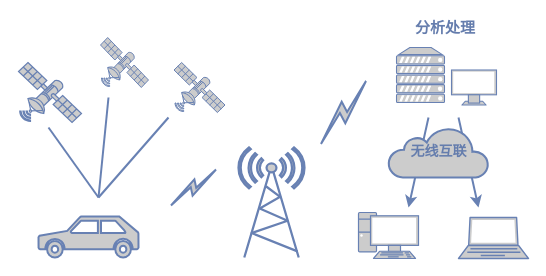
monsterinhell/mih keeps this draw.io diagram as andsoon.drawio. Above is the earlier version. Source tidied: cells renumbered, new cells numbered last; positions are measured from the earlier drawing's top-left corner, leaving out a move shared by most shapes. Both pictures are drawn from the tidied source at 100%, with x=0, y=0 at pixel (18, 17).
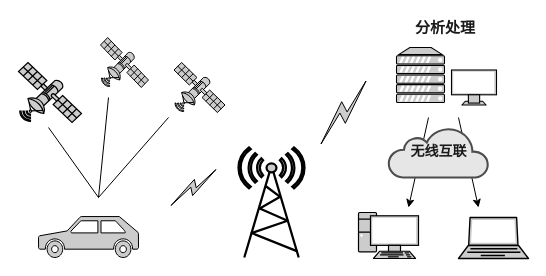
After the change.

The edit, as a diff of the source:
```diff
@@
-    <mxCell id="2" style="shape=mxgraph.signs.transportation.car_3;html=1;fillColor=#CCCCCC;strokeColor=#6881B3;verticalLabelPosition=bottom;verticalAlign=top;align=center;fontColor=#999999;strokeWidth=2;" parent="1" vertex="1">
+    <mxCell id="2" style="shape=mxgraph.signs.transportation.car_3;html=1;fillColor=#CCCCCC;strokeColor=#000000;verticalLabelPosition=bottom;verticalAlign=top;align=center;fontColor=#999999;strokeWidth=1;" parent="1" vertex="1">
       <mxGeometry x="20" y="199" width="100" height="41" as="geometry" />
     </mxCell>
-    <mxCell id="3" style="fontColor=#0066CC;verticalAlign=top;verticalLabelPosition=bottom;labelPosition=center;align=center;html=1;fillColor=#CCCCCC;strokeColor=#6881B3;gradientColor=none;gradientDirection=north;strokeWidth=2;shape=mxgraph.networks.radio_tower;" parent="1" vertex="1">
+    <mxCell id="3" style="fontColor=#0066CC;verticalAlign=top;verticalLabelPosition=bottom;labelPosition=center;align=center;html=1;fillColor=#CCCCCC;strokeColor=#000000;gradientColor=none;gradientDirection=north;strokeWidth=1;shape=mxgraph.networks.radio_tower;" parent="1" vertex="1">
       <mxGeometry x="220" y="130" width="66" height="110" as="geometry" />
     </mxCell>
-    <mxCell id="4" style="html=1;outlineConnect=0;fillColor=#CCCCCC;strokeColor=#6881B3;gradientColor=none;gradientDirection=north;strokeWidth=2;shape=mxgraph.networks.comm_link_edge;html=1;fontColor=#999999;" parent="1" edge="1">
+    <mxCell id="4" style="html=1;outlineConnect=0;fillColor=#CCCCCC;strokeColor=#000000;gradientColor=none;gradientDirection=north;strokeWidth=1;shape=mxgraph.networks.comm_link_edge;html=1;fontColor=#999999;" parent="1" edge="1">
       <mxGeometry relative="1" as="geometry">
         <mxPoint x="150" y="190" as="sourcePoint" />
         <mxPoint x="200" y="150" as="targetPoint" />
       </mxGeometry>
     </mxCell>
-    <mxCell id="5" style="fontColor=#0066CC;verticalAlign=top;verticalLabelPosition=bottom;labelPosition=center;align=center;html=1;fillColor=#CCCCCC;strokeColor=#6881B3;gradientColor=none;gradientDirection=north;strokeWidth=2;shape=mxgraph.networks.satellite;" parent="1" vertex="1">
+    <mxCell id="5" style="fontColor=#0066CC;verticalAlign=top;verticalLabelPosition=bottom;labelPosition=center;align=center;html=1;fillColor=#CCCCCC;strokeColor=#000000;gradientColor=none;gradientDirection=north;strokeWidth=1;shape=mxgraph.networks.satellite;" parent="1" vertex="1">
       <mxGeometry y="45" width="63" height="60" as="geometry" />
     </mxCell>
-    <mxCell id="6" style="fontColor=#0066CC;verticalAlign=top;verticalLabelPosition=bottom;labelPosition=center;align=center;html=1;fillColor=#CCCCCC;strokeColor=#6881B3;gradientColor=none;gradientDirection=north;strokeWidth=2;shape=mxgraph.networks.satellite;" parent="1" vertex="1">
+    <mxCell id="6" style="fontColor=#0066CC;verticalAlign=top;verticalLabelPosition=bottom;labelPosition=center;align=center;html=1;fillColor=#CCCCCC;strokeColor=#000000;gradientColor=none;gradientDirection=north;strokeWidth=1;shape=mxgraph.networks.satellite;" parent="1" vertex="1">
       <mxGeometry x="155.5" y="45" width="51" height="50" as="geometry" />
     </mxCell>
-    <mxCell id="7" style="fontColor=#0066CC;verticalAlign=top;verticalLabelPosition=bottom;labelPosition=center;align=center;html=1;fillColor=#CCCCCC;strokeColor=#6881B3;gradientColor=none;gradientDirection=north;strokeWidth=2;shape=mxgraph.networks.pc;" parent="1" vertex="1">
+    <mxCell id="7" style="fontColor=#0066CC;verticalAlign=top;verticalLabelPosition=bottom;labelPosition=center;align=center;html=1;fillColor=#CCCCCC;strokeColor=#000000;gradientColor=none;gradientDirection=north;strokeWidth=1;shape=mxgraph.networks.pc;" parent="1" vertex="1">
       <mxGeometry x="340" y="195" width="60" height="46" as="geometry" />
     </mxCell>
-    <mxCell id="8" style="fontColor=#0066CC;verticalAlign=top;verticalLabelPosition=bottom;labelPosition=center;align=center;html=1;fillColor=#CCCCCC;strokeColor=#6881B3;gradientColor=none;gradientDirection=north;strokeWidth=2;shape=mxgraph.networks.laptop;" parent="1" vertex="1">
+    <mxCell id="8" style="fontColor=#0066CC;verticalAlign=top;verticalLabelPosition=bottom;labelPosition=center;align=center;html=1;fillColor=#CCCCCC;strokeColor=#000000;gradientColor=none;gradientDirection=north;strokeWidth=1;shape=mxgraph.networks.laptop;" parent="1" vertex="1">
       <mxGeometry x="440" y="200" width="70" height="41" as="geometry" />
     </mxCell>
-    <mxCell id="9" style="fontColor=#0066CC;verticalAlign=top;verticalLabelPosition=bottom;labelPosition=center;align=center;html=1;fillColor=#CCCCCC;strokeColor=#6881B3;gradientColor=none;gradientDirection=north;strokeWidth=2;shape=mxgraph.networks.monitor;" parent="1" vertex="1">
+    <mxCell id="9" style="fontColor=#0066CC;verticalAlign=top;verticalLabelPosition=bottom;labelPosition=center;align=center;html=1;fillColor=#CCCCCC;strokeColor=#000000;gradientColor=none;gradientDirection=north;strokeWidth=1;shape=mxgraph.networks.monitor;" parent="1" vertex="1">
       <mxGeometry x="433" y="52.5" width="45" height="35" as="geometry" />
     </mxCell>
-    <mxCell id="10" style="fontColor=#0066CC;verticalAlign=top;verticalLabelPosition=bottom;labelPosition=center;align=center;html=1;fillColor=#CCCCCC;strokeColor=#6881B3;gradientColor=none;gradientDirection=north;strokeWidth=2;shape=mxgraph.networks.server;" parent="1" vertex="1">
+    <mxCell id="10" style="fontColor=#0066CC;verticalAlign=top;verticalLabelPosition=bottom;labelPosition=center;align=center;html=1;fillColor=#CCCCCC;strokeColor=#000000;gradientColor=none;gradientDirection=north;strokeWidth=1;shape=mxgraph.networks.server;" parent="1" vertex="1">
       <mxGeometry x="378" y="30" width="48" height="55" as="geometry" />
     </mxCell>
-    <mxCell id="11" style="html=1;outlineConnect=0;fillColor=#CCCCCC;strokeColor=#6881B3;gradientColor=none;gradientDirection=north;strokeWidth=2;shape=mxgraph.networks.comm_link_edge;html=1;fontColor=#999999;" parent="1" edge="1">
+    <mxCell id="11" style="html=1;outlineConnect=0;fillColor=#CCCCCC;strokeColor=#000000;gradientColor=none;gradientDirection=north;strokeWidth=1;shape=mxgraph.networks.comm_link_edge;html=1;fontColor=#999999;" parent="1" edge="1">
       <mxGeometry relative="1" as="geometry">
         <mxPoint x="300" y="130" as="sourcePoint" />
         <mxPoint x="350" y="60" as="targetPoint" />
         <Array as="points">
           <mxPoint x="330" y="110" />
         </Array>
       </mxGeometry>
     </mxCell>
-    <mxCell id="12" style="endArrow=classic;html=1;fontColor=#999999;strokeColor=#6881B3;strokeWidth=2;" parent="1" edge="1">
+    <mxCell id="12" style="endArrow=classic;html=1;fontColor=#999999;strokeColor=#000000;strokeWidth=1;" parent="1" edge="1">
       <mxGeometry relative="1" as="geometry">
         <mxPoint x="410" y="100" as="sourcePoint" />
         <mxPoint x="390" y="190" as="targetPoint" />
       </mxGeometry>
     </mxCell>
-    <mxCell id="13" style="endArrow=classic;html=1;fontColor=#999999;strokeColor=#6881B3;strokeWidth=2;" parent="1" edge="1">
+    <mxCell id="13" style="endArrow=classic;html=1;fontColor=#999999;strokeColor=#000000;strokeWidth=1;" parent="1" edge="1">
       <mxGeometry relative="1" as="geometry">
         <mxPoint x="440" y="100" as="sourcePoint" />
         <mxPoint x="460" y="190" as="targetPoint" />
       </mxGeometry>
     </mxCell>
-    <mxCell id="14" value="&lt;div align=&quot;left&quot;&gt;&lt;font color=&quot;#657dad&quot; face=&quot;Comic Sans MS&quot; style=&quot;font-size: 14px&quot;&gt;&lt;b&gt;无线互联&lt;/b&gt;&lt;/font&gt;&lt;/div&gt;" style="html=1;fillColor=#CCCCCC;strokeColor=#6881B3;gradientColor=none;gradientDirection=north;strokeWidth=2;shape=mxgraph.networks.cloud;fontColor=#ffffff;" parent="1" vertex="1">
+    <mxCell id="14" value="&lt;div align=&quot;left&quot;&gt;&lt;font color=&quot;#1a1a1a&quot; face=&quot;Comic Sans MS&quot; style=&quot;font-size: 14px&quot;&gt;&lt;b&gt;无线互联&lt;/b&gt;&lt;/font&gt;&lt;/div&gt;" style="html=1;fillColor=#E6E6E6;strokeColor=#4D4D4D;gradientColor=none;gradientDirection=north;strokeWidth=1;shape=mxgraph.networks.cloud;fontColor=#ffffff;" parent="1" vertex="1">
       <mxGeometry x="370" y="110" width="100" height="50" as="geometry" />
     </mxCell>
-    <mxCell id="15" style="endArrow=none;html=1;strokeColor=#6881B3;strokeWidth=2;fontColor=#999999;" parent="1" edge="1">
+    <mxCell id="15" style="endArrow=none;html=1;strokeColor=#000000;strokeWidth=1;fontColor=#999999;" parent="1" edge="1">
       <mxGeometry relative="1" as="geometry">
         <mxPoint x="80" y="180" as="sourcePoint" />
         <mxPoint x="30" y="110" as="targetPoint" />
       </mxGeometry>
     </mxCell>
-    <mxCell id="16" style="endArrow=none;html=1;strokeColor=#6881B3;strokeWidth=2;fontColor=#999999;" parent="1" edge="1">
+    <mxCell id="16" style="endArrow=none;html=1;strokeColor=#000000;strokeWidth=1;fontColor=#999999;" parent="1" edge="1">
       <mxGeometry relative="1" as="geometry">
         <mxPoint x="80" y="180" as="sourcePoint" />
         <mxPoint x="150" y="100" as="targetPoint" />
       </mxGeometry>
     </mxCell>
-    <mxCell id="17" style="fontColor=#0066CC;verticalAlign=top;verticalLabelPosition=bottom;labelPosition=center;align=center;html=1;fillColor=#CCCCCC;strokeColor=#6881B3;gradientColor=none;gradientDirection=north;strokeWidth=2;shape=mxgraph.networks.satellite;" parent="1" vertex="1">
+    <mxCell id="17" style="fontColor=#0066CC;verticalAlign=top;verticalLabelPosition=bottom;labelPosition=center;align=center;html=1;fillColor=#CCCCCC;strokeColor=#000000;gradientColor=none;gradientDirection=north;strokeWidth=1;shape=mxgraph.networks.satellite;" parent="1" vertex="1">
       <mxGeometry x="82" y="20" width="48" height="50" as="geometry" />
     </mxCell>
-    <mxCell id="18" style="endArrow=none;html=1;strokeColor=#6881B3;strokeWidth=2;fontColor=#999999;" parent="1" edge="1">
+    <mxCell id="18" style="endArrow=none;html=1;strokeColor=#000000;strokeWidth=1;fontColor=#999999;" parent="1" edge="1">
       <mxGeometry relative="1" as="geometry">
         <mxPoint x="80" y="180" as="sourcePoint" />
         <mxPoint x="90" y="80" as="targetPoint" />
       </mxGeometry>
     </mxCell>
-    <mxCell id="19" value="&lt;font color=&quot;#657dad&quot; style=&quot;font-size: 15px&quot;&gt;&lt;b&gt;分析处理&lt;/b&gt;&lt;/font&gt;&lt;br style=&quot;font-size: 15px&quot;&gt;" style="text;html=1;strokeColor=none;fillColor=none;align=center;verticalAlign=middle;whiteSpace=wrap;rounded=0;fontColor=#999999;" parent="1" vertex="1">
+    <mxCell id="19" value="&lt;font color=&quot;#1a1a1a&quot; style=&quot;font-size: 15px&quot;&gt;&lt;b&gt;分析处理&lt;/b&gt;&lt;/font&gt;&lt;br style=&quot;font-size: 15px&quot;&gt;" style="text;html=1;strokeColor=none;fillColor=none;align=center;verticalAlign=middle;whiteSpace=wrap;rounded=0;fontColor=#999999;" parent="1" vertex="1">
       <mxGeometry x="370" width="114" height="20" as="geometry" />
     </mxCell>
```
